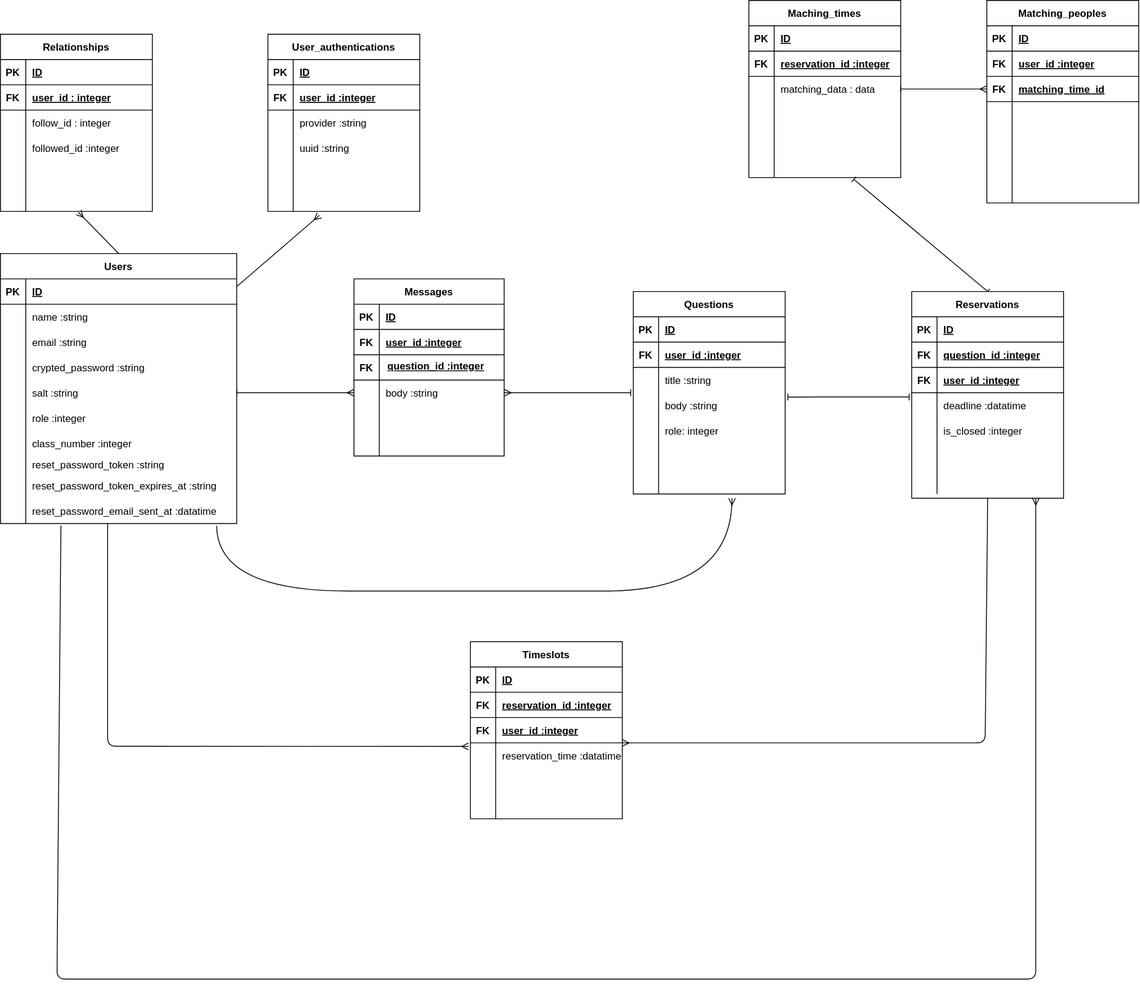
ys1227/link_discord keeps this draw.io diagram as link_discord.svg. Above is the earlier version. Source tidied: cells renumbered, new cells last; positions are measured from the earlier drawing's top-left corner, leaving out a move shared by most shapes.
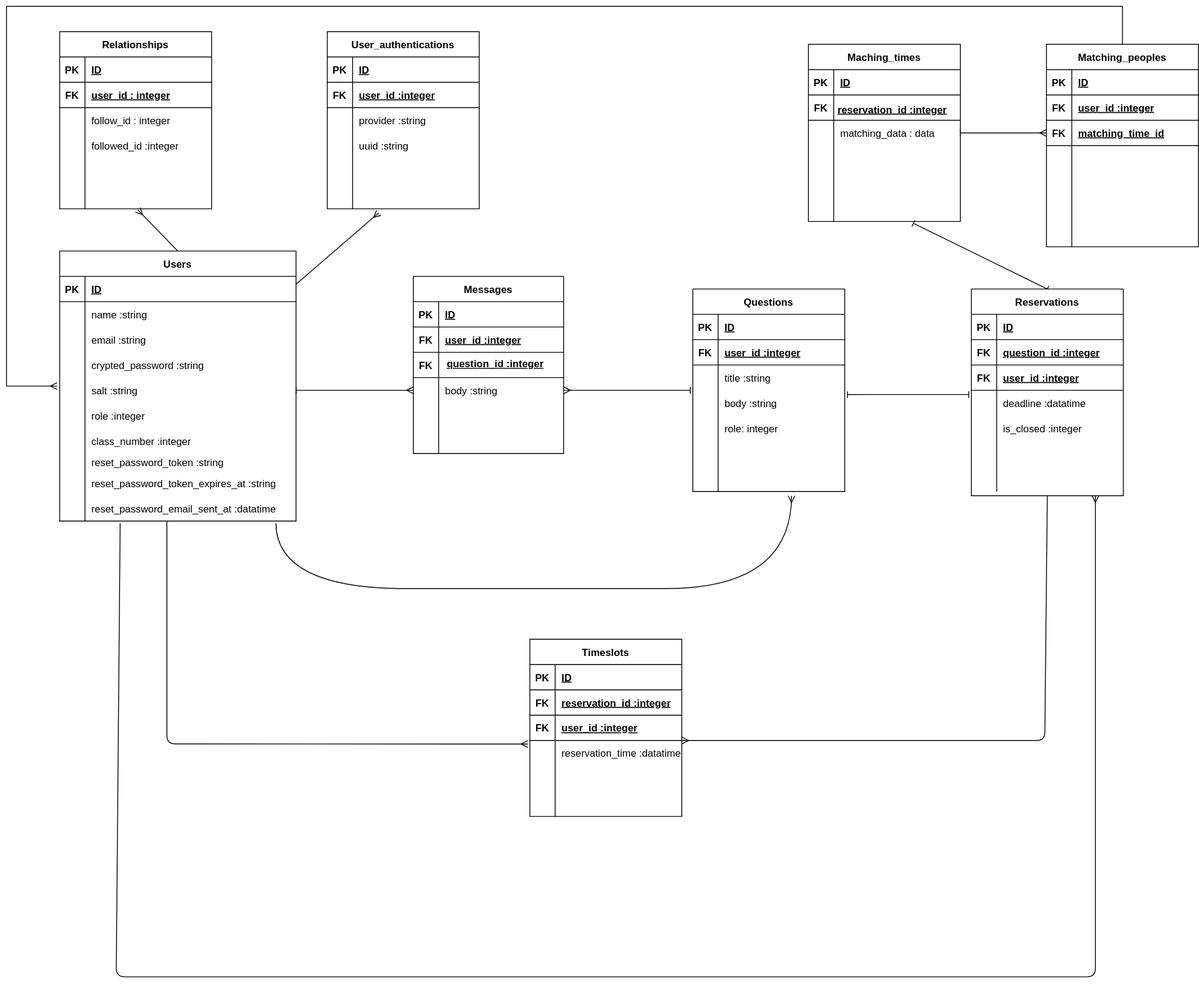
Later version of the same file.

The edit, as a diff of the source:
```diff
@@ -380,7 +380,7 @@
       <mxGeometry x="30" width="148" height="30" as="geometry" />
     </mxCell>
     <mxCell id="118" value="Maching_times" style="shape=table;startSize=30;rowLines=0;fontStyle=1;align=center;labelBackgroundColor=none;" parent="1" vertex="1">
-      <mxGeometry x="887" width="180" height="210" as="geometry" />
+      <mxGeometry x="887" y="55" width="180" height="210" as="geometry" />
     </mxCell>
     <mxCell id="119" style="shape=tableRow;horizontal=0;startSize=0;swimlaneHead=0;swimlaneBody=0;fillColor=none;top=0;left=0;right=0;bottom=1;labelBackgroundColor=none;" parent="118" vertex="1">
       <mxGeometry y="30" width="180" height="30" as="geometry" />
@@ -436,8 +436,18 @@
     <mxCell id="136" style="shape=partialRectangle;fillColor=none;top=0;left=0;bottom=0;right=0;align=left;spacingLeft=6;overflow=hidden;labelBackgroundColor=none;" parent="134" vertex="1">
       <mxGeometry x="30" width="150" height="30" as="geometry" />
     </mxCell>
+    <mxCell id="210" style="edgeStyle=none;html=1;endArrow=ERmany;endFill=0;rounded=0;" parent="1" edge="1" source="137">
+      <mxGeometry relative="1" as="geometry">
+        <mxPoint x="-3" y="460" as="targetPoint" />
+        <Array as="points">
+          <mxPoint x="1259" y="10" />
+          <mxPoint x="-63" y="10" />
+          <mxPoint x="-63" y="460" />
+        </Array>
+      </mxGeometry>
+    </mxCell>
     <mxCell id="137" value="Matching_peoples" style="shape=table;startSize=30;rowLines=0;fontStyle=1;align=center;labelBackgroundColor=none;" parent="1" vertex="1">
-      <mxGeometry x="1169" width="180" height="240" as="geometry" />
+      <mxGeometry x="1169" y="55" width="180" height="240" as="geometry" />
     </mxCell>
     <mxCell id="138" style="shape=tableRow;horizontal=0;startSize=0;swimlaneHead=0;swimlaneBody=0;fillColor=none;top=0;left=0;right=0;bottom=1;labelBackgroundColor=none;" parent="137" vertex="1">
       <mxGeometry y="30" width="180" height="30" as="geometry" />
@@ -662,7 +672,7 @@
       <mxGeometry relative="1" as="geometry" />
     </mxCell>
     <mxCell id="207" value="reservation_id :integer" style="shape=partialRectangle;fillColor=none;top=0;left=0;bottom=0;right=0;align=left;spacingLeft=6;overflow=hidden;labelBackgroundColor=none;fontStyle=5;" parent="1" vertex="1">
-      <mxGeometry x="917" y="60" width="150" height="30" as="geometry" />
+      <mxGeometry x="914" y="117" width="150" height="30" as="geometry" />
     </mxCell>
     <mxCell id="208" value="FK" style="shape=partialRectangle;fillColor=none;top=0;left=0;bottom=0;right=0;fontStyle=1;overflow=hidden;labelBackgroundColor=none;" parent="1" vertex="1">
       <mxGeometry x="557" y="850" width="30" height="30" as="geometry" />
```
